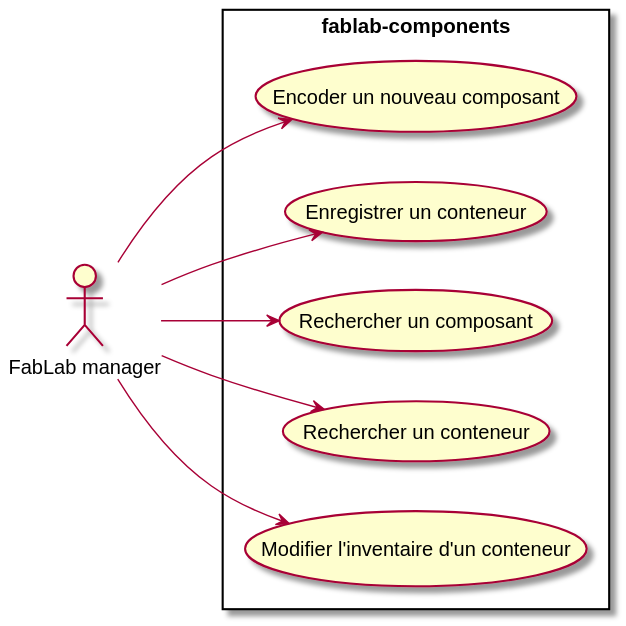
The PlantUML diagram out/docs/use_cases/usecases.svg in IEPSCF-Uccle-PROJWEB2-S1-2021/fablab-components, before a commit. Source of this version:
```plantuml
@startuml usecases
left to right direction

actor "FabLab manager" as manager

rectangle "fablab-components" {
  (Encoder un nouveau composant) as UC1
  (Enregistrer un conteneur) as UC2
  (Rechercher un composant) as UC3
  (Rechercher un conteneur) as UC4
  (Modifier l'inventaire d'un conteneur) as UC5
}

manager --> UC1
manager --> UC2
manager --> UC3
manager --> UC4
manager --> UC5

@enduml
```
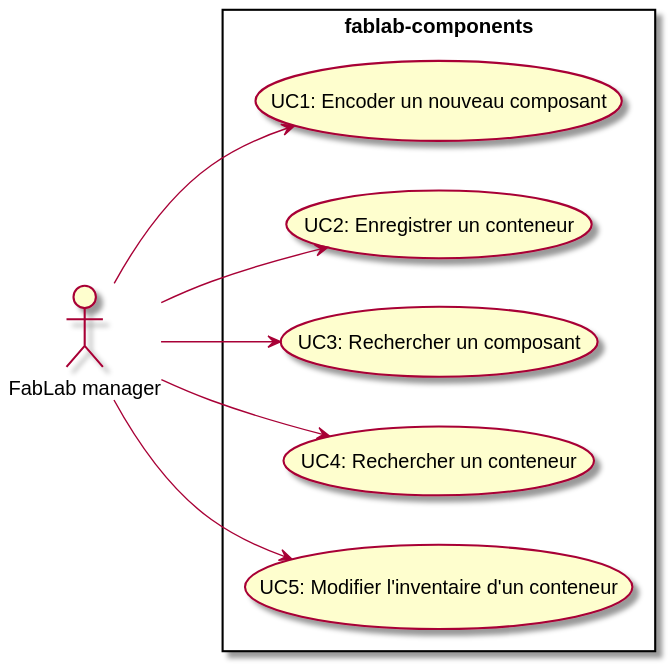
The same diagram one commit later.

Commit message:
Add use cases explanations + ID.

The edit, as a diff of the source:
```diff
@@ -4,11 +4,11 @@
 actor "FabLab manager" as manager
 
 rectangle "fablab-components" {
-  (Encoder un nouveau composant) as UC1
-  (Enregistrer un conteneur) as UC2
-  (Rechercher un composant) as UC3
-  (Rechercher un conteneur) as UC4
-  (Modifier l'inventaire d'un conteneur) as UC5
+  (UC1: Encoder un nouveau composant) as UC1
+  (UC2: Enregistrer un conteneur) as UC2
+  (UC3: Rechercher un composant) as UC3
+  (UC4: Rechercher un conteneur) as UC4
+  (UC5: Modifier l'inventaire d'un conteneur) as UC5
 }
 
 manager --> UC1
```
